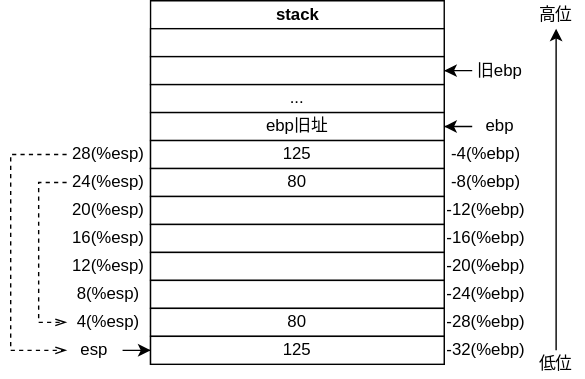
Before: drawio/x86callFunc.drawio.svg, a diagram exported from draw.io (Stolorzs/Picgo). Source tidied: cells renumbered, new cells last; positions are measured from the earlier drawing's top-left corner, leaving out a move shared by most shapes.
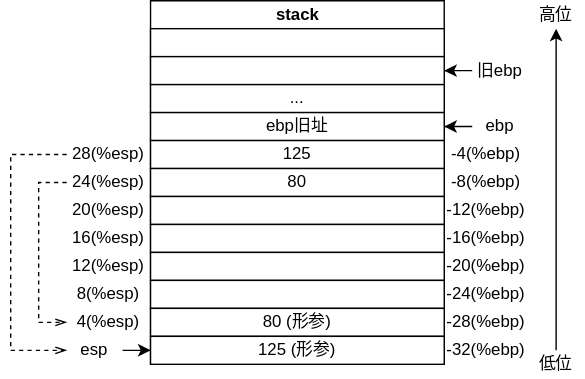
The same file after the commit.

What changed in the source:
```diff
@@ -35,10 +35,10 @@
     <mxCell id="12" style="rounded=0;whiteSpace=wrap;html=1;" parent="2" vertex="1">
       <mxGeometry y="200" width="210" height="20" as="geometry" />
     </mxCell>
-    <mxCell id="13" value="80" style="rounded=0;whiteSpace=wrap;html=1;" parent="2" vertex="1">
+    <mxCell id="13" value="80 (形参)" style="rounded=0;whiteSpace=wrap;html=1;" parent="2" vertex="1">
       <mxGeometry y="220" width="210" height="20" as="geometry" />
     </mxCell>
-    <mxCell id="14" value="125" style="rounded=0;whiteSpace=wrap;html=1;" parent="2" vertex="1">
+    <mxCell id="14" value="125 (形参)" style="rounded=0;whiteSpace=wrap;html=1;" parent="2" vertex="1">
       <mxGeometry y="240" width="210" height="20" as="geometry" />
     </mxCell>
     <mxCell id="15" style="edgeStyle=orthogonalEdgeStyle;rounded=0;jettySize=auto;html=1;" parent="1" edge="1" source="16" target="14">
```
